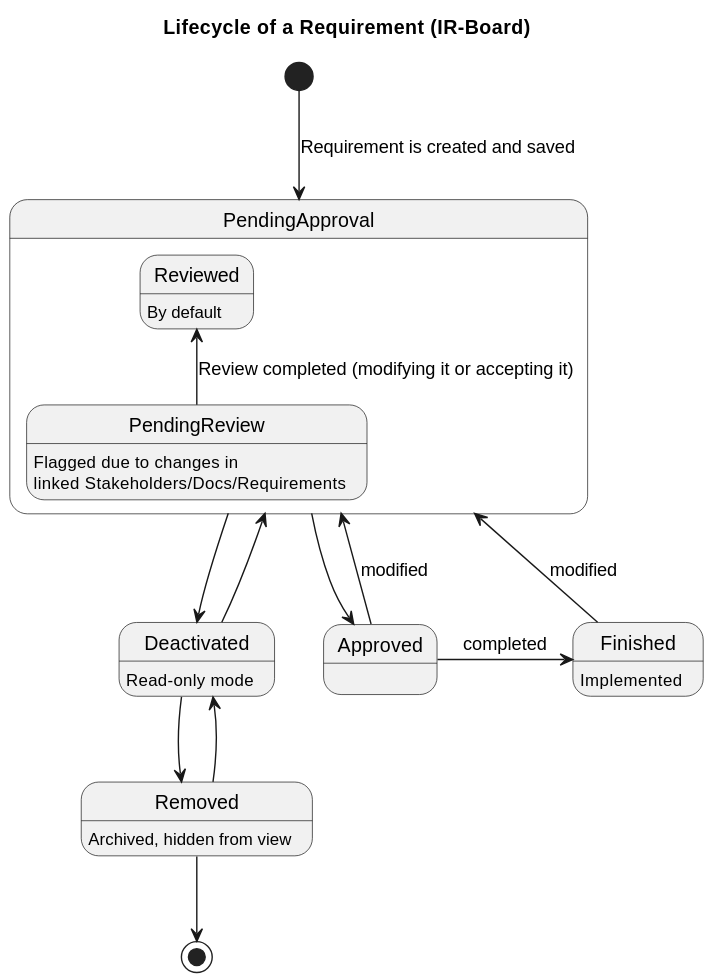
The PlantUML diagram docs/assets/diagrams/RequirementStates.svg in Y4vra/IRBoard, before a commit. Its diagram source:
```plantuml
@startuml
title Lifecycle of a Requirement (IR-Board)

state PendingApproval{
  state Reviewed : By default
  state PendingReview {
    PendingReview : Flagged due to changes in
    PendingReview : linked Stakeholders/Docs/Requirements
  }
}

state Approved
state Finished: Implemented

state Deactivated : Read-only mode

state Removed: Archived, hidden from view


[*] -down-> PendingApproval : Requirement is created and saved

PendingReview -up-> Reviewed : Review completed (modifying it or accepting it)

PendingApproval -right-> Approved
Approved -up-> PendingApproval : modified

Approved -right-> Finished : completed
Finished -left-> PendingApproval : modified

PendingApproval -down-> Deactivated
Deactivated -up-> PendingApproval

Deactivated -down-> Removed
Removed -up-> Deactivated

Removed -down->[*]
@enduml
```
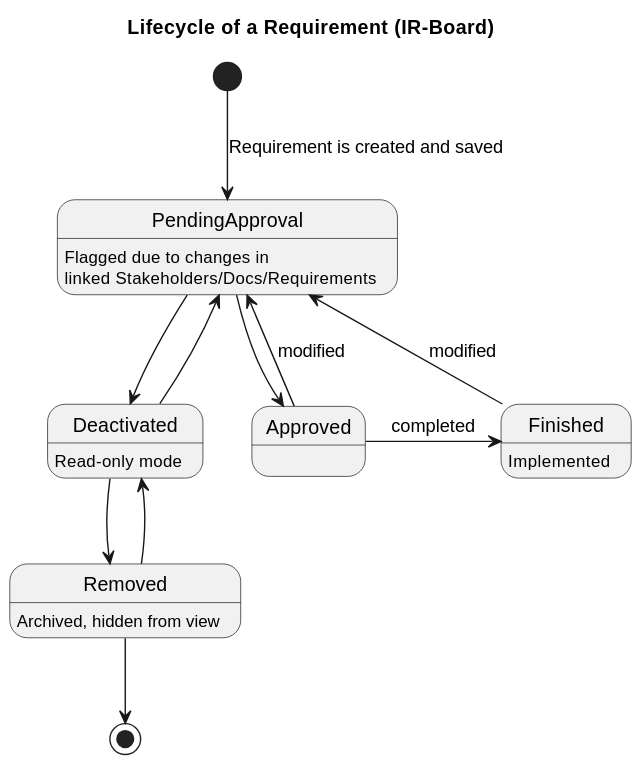
After the commit.

Change to the diagram source:
```diff
@@ -2,11 +2,8 @@
 title Lifecycle of a Requirement (IR-Board)
 
 state PendingApproval{
-  state Reviewed : By default
-  state PendingReview {
-    PendingReview : Flagged due to changes in
-    PendingReview : linked Stakeholders/Docs/Requirements
-  }
+  PendingApproval : Flagged due to changes in
+  PendingApproval : linked Stakeholders/Docs/Requirements
 }
 
 state Approved
@@ -18,8 +15,6 @@
 
 
 [*] -down-> PendingApproval : Requirement is created and saved
-
-PendingReview -up-> Reviewed : Review completed (modifying it or accepting it)
 
 PendingApproval -right-> Approved
 Approved -up-> PendingApproval : modified
```
